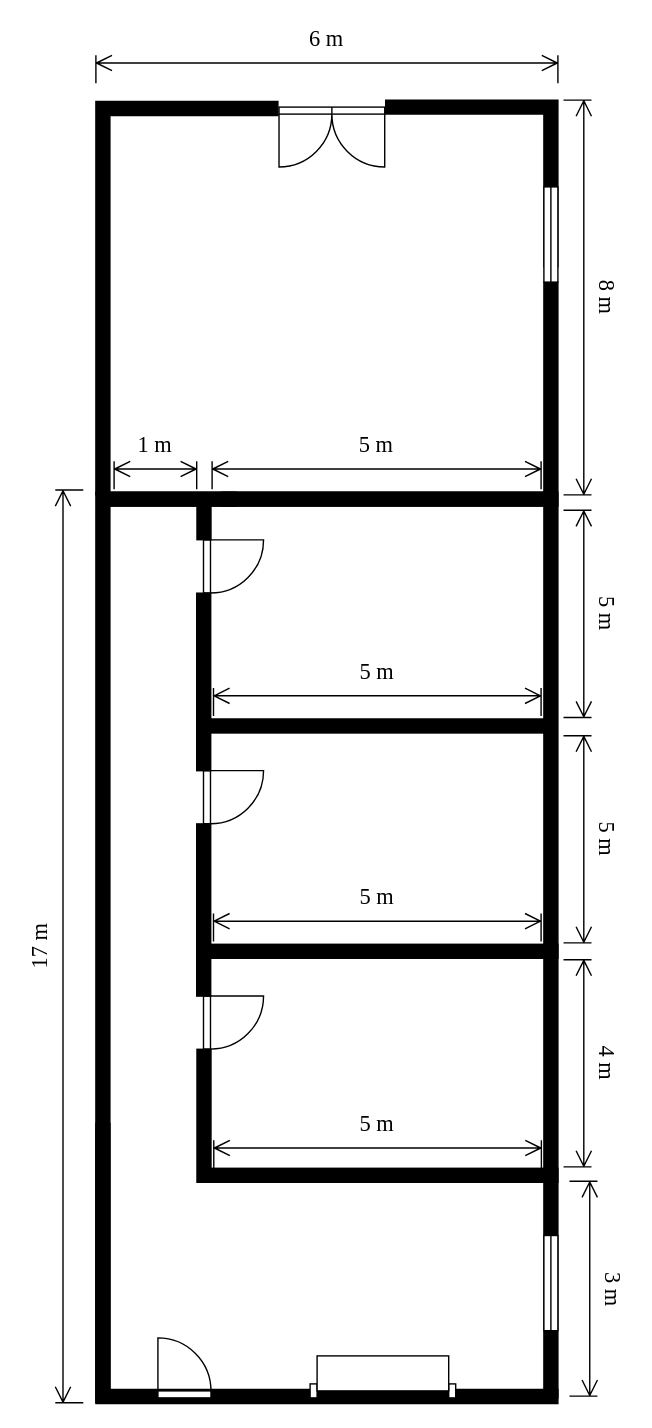
Before: docs/Sprint 2/FSIAP/USFA01/finalCroqui.drawio in Rodrick3012/ISEP-SEM3PI-23-24, a draw.io diagram. Source tidied: cells renumbered, new cells numbered last; positions are measured from the earlier drawing's top-left corner, leaving out a move shared by most shapes. Both pictures are drawn from the tidied source at 140%, with x=0, y=0 at pixel (-388, 55).
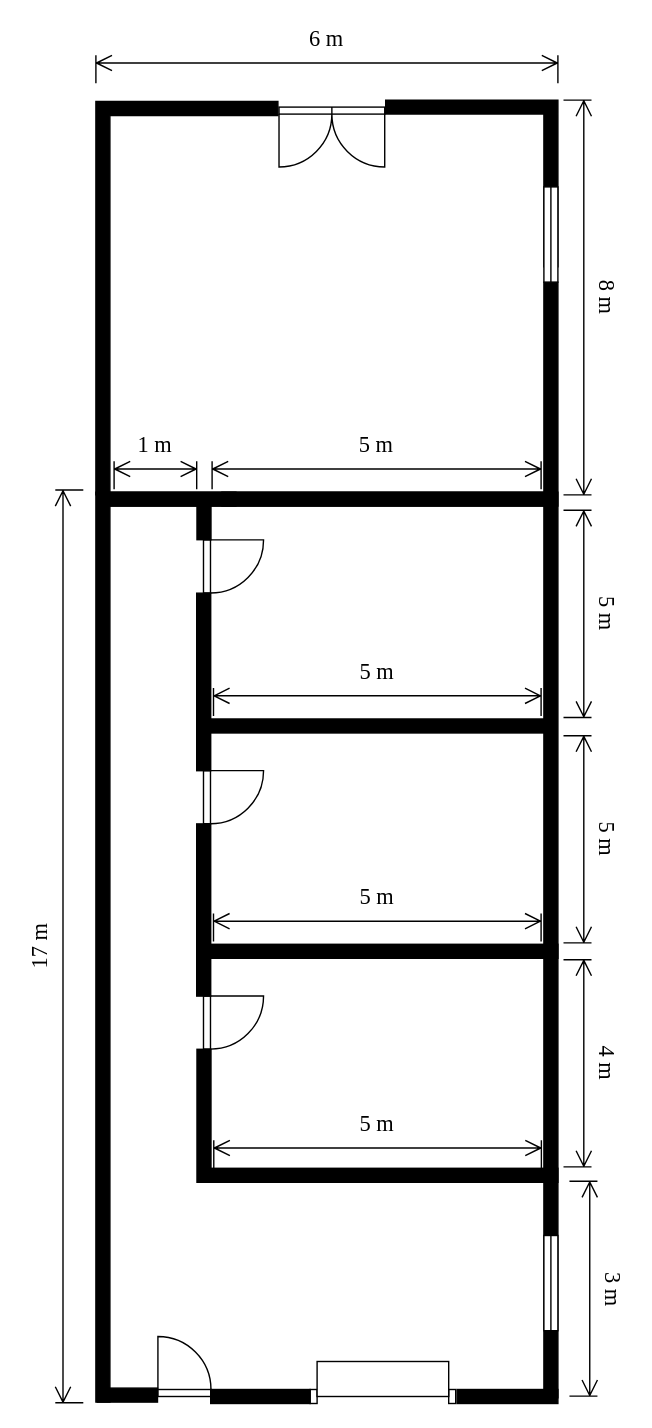
The same page after the edit.

Commit message (it also covers changes not shown here):
L22G-88 update do croqui final, update do ficheiro word e inserção de um diagrama que explica as camadas da parede

Change to the diagram source:
```diff
@@
-    <mxCell id="3" style="verticalLabelPosition=bottom;html=1;verticalAlign=top;align=center;shape=mxgraph.floorplan.wallCorner;fillColor=strokeColor;direction=north;" parent="1" vertex="1">
-      <mxGeometry x="345" y="763" width="330" height="200" as="geometry" />
-    </mxCell>
@@
     <mxCell id="17" style="verticalLabelPosition=bottom;html=1;verticalAlign=top;align=center;shape=mxgraph.floorplan.doorRight;rotation=-180;" parent="1" vertex="1">
-      <mxGeometry x="389.3" y="918.8" width="37.9" height="40.2" as="geometry" />
+      <mxGeometry x="389.3" y="917.8" width="37.9" height="40.2" as="geometry" />
     </mxCell>
     <mxCell id="18" style="verticalLabelPosition=bottom;html=1;verticalAlign=top;align=center;shape=mxgraph.floorplan.doorOverhead;" parent="1" vertex="1">
-      <mxGeometry x="498" y="929" width="104" height="30" as="geometry" />
+      <mxGeometry x="498" y="933" width="104" height="30" as="geometry" />
     </mxCell>
@@
+    <mxCell id="35" style="verticalLabelPosition=bottom;html=1;verticalAlign=top;align=center;shape=mxgraph.floorplan.wall;fillColor=strokeColor;" parent="1" vertex="1">
+      <mxGeometry x="346" y="952" width="43" height="10" as="geometry" />
+    </mxCell>
+    <mxCell id="36" style="verticalLabelPosition=bottom;html=1;verticalAlign=top;align=center;shape=mxgraph.floorplan.wall;fillColor=strokeColor;" parent="1" vertex="1">
+      <mxGeometry x="427" y="953" width="71" height="10" as="geometry" />
+    </mxCell>
+    <mxCell id="37" style="verticalLabelPosition=bottom;html=1;verticalAlign=top;align=center;shape=mxgraph.floorplan.wall;fillColor=strokeColor;" parent="1" vertex="1">
+      <mxGeometry x="603" y="953" width="72" height="10" as="geometry" />
+    </mxCell>
```
